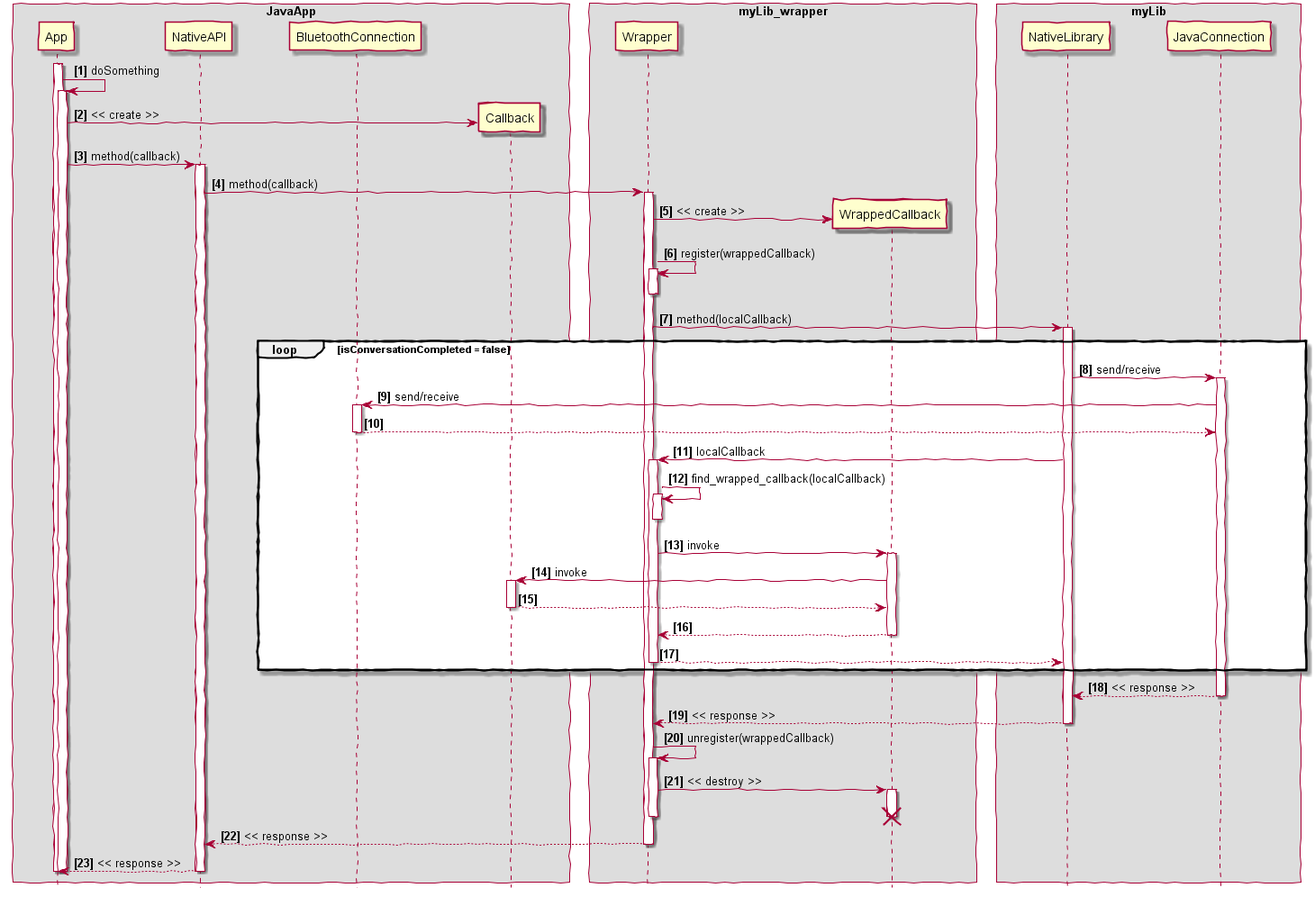
Above: cpp/img/bluetooth-cpp-android/invoke-callback-sequence-diagram.png in gzuliani/gzuliani.github.io (PlantUML), before the change.
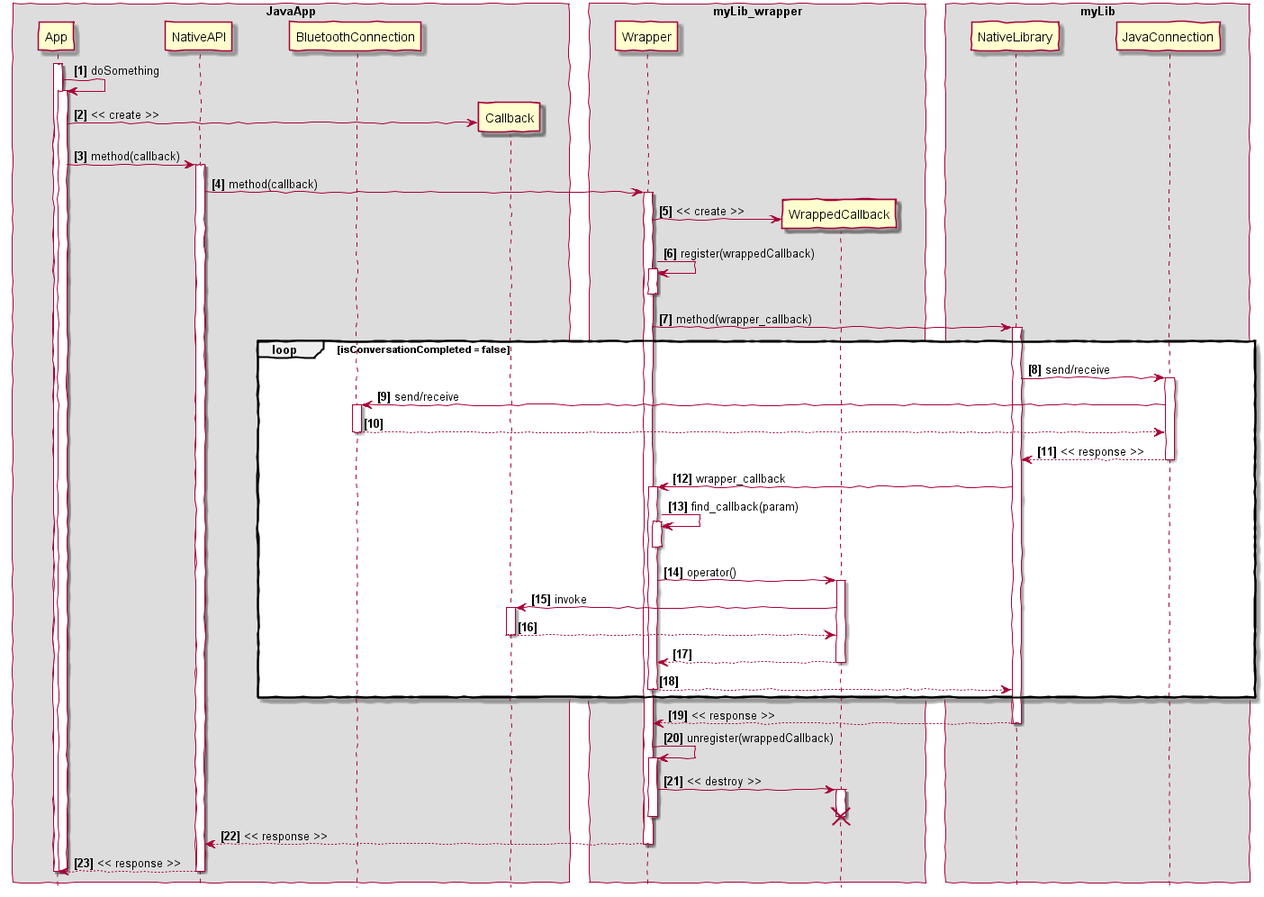
After the commit.

Diff of the diagram source:
```diff
@@ -46,7 +46,7 @@
 activate Wrapper
 deactivate Wrapper
 
-Wrapper -> NativeLibrary: method(localCallback)
+Wrapper -> NativeLibrary: method(wrapper_callback)
 activate NativeLibrary
 
 loop isConversationCompleted = false
@@ -59,14 +59,17 @@
 BluetoothConnection --> JavaConnection
 deactivate BluetoothConnection
 
-NativeLibrary -> Wrapper: localCallback
+JavaConnection --> NativeLibrary: << response >>
+deactivate JavaConnection
+
+NativeLibrary -> Wrapper: wrapper_callback
 activate Wrapper
 
-Wrapper -> Wrapper: find_wrapped_callback(localCallback)
+Wrapper -> Wrapper: find_callback(param)
 activate Wrapper
 deactivate Wrapper
 
-Wrapper -> WrappedCallback: invoke
+Wrapper -> WrappedCallback: operator()
 activate WrappedCallback
 
 WrappedCallback -> Callback: invoke
@@ -81,9 +84,6 @@
 Wrapper --> NativeLibrary
 deactivate Wrapper
 end
-
-JavaConnection --> NativeLibrary: << response >>
-deactivate JavaConnection
 
 NativeLibrary --> Wrapper: << response >>
 deactivate NativeLibrary
```
